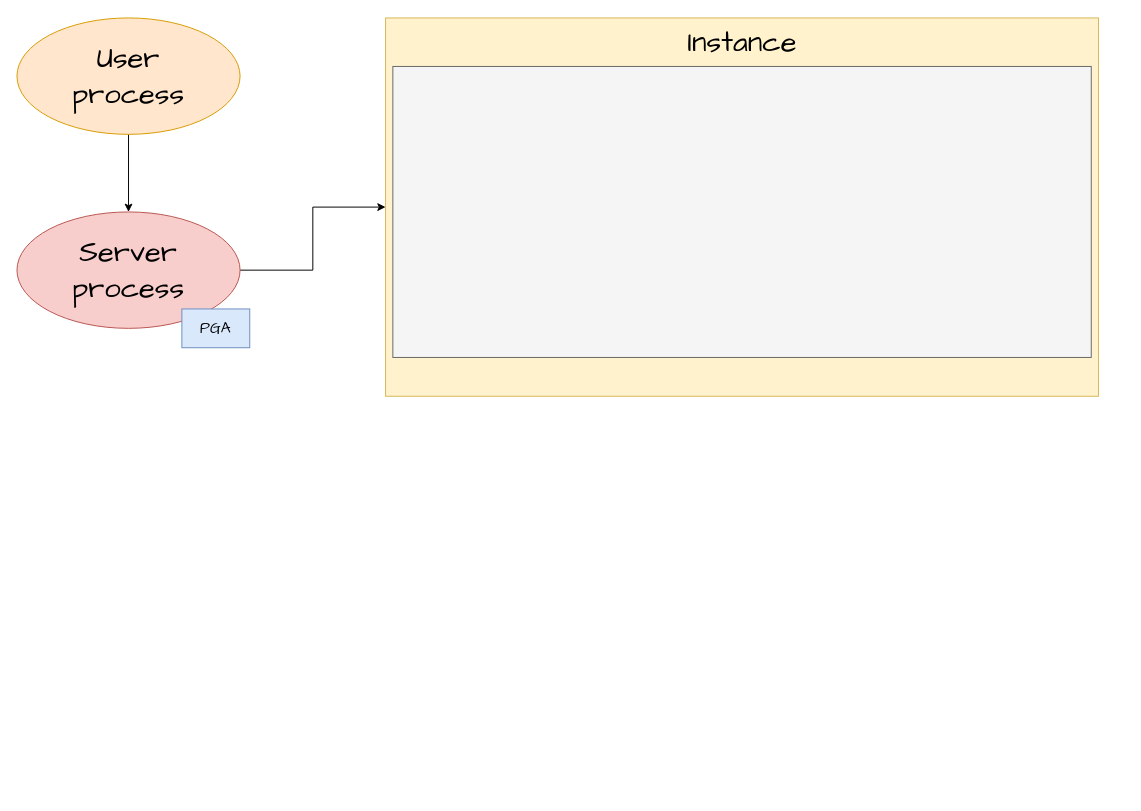
This is Oracle.drawio from Yaozongbin0828/UMLetDraw, a draw.io file, before an edit. Source tidied: cells renumbered, new cells numbered last; positions are measured from the earlier drawing's top-left corner, leaving out a move shared by most shapes. Both pictures are drawn from the tidied source at 97%, with x=0, y=0 at pixel (16, 17).
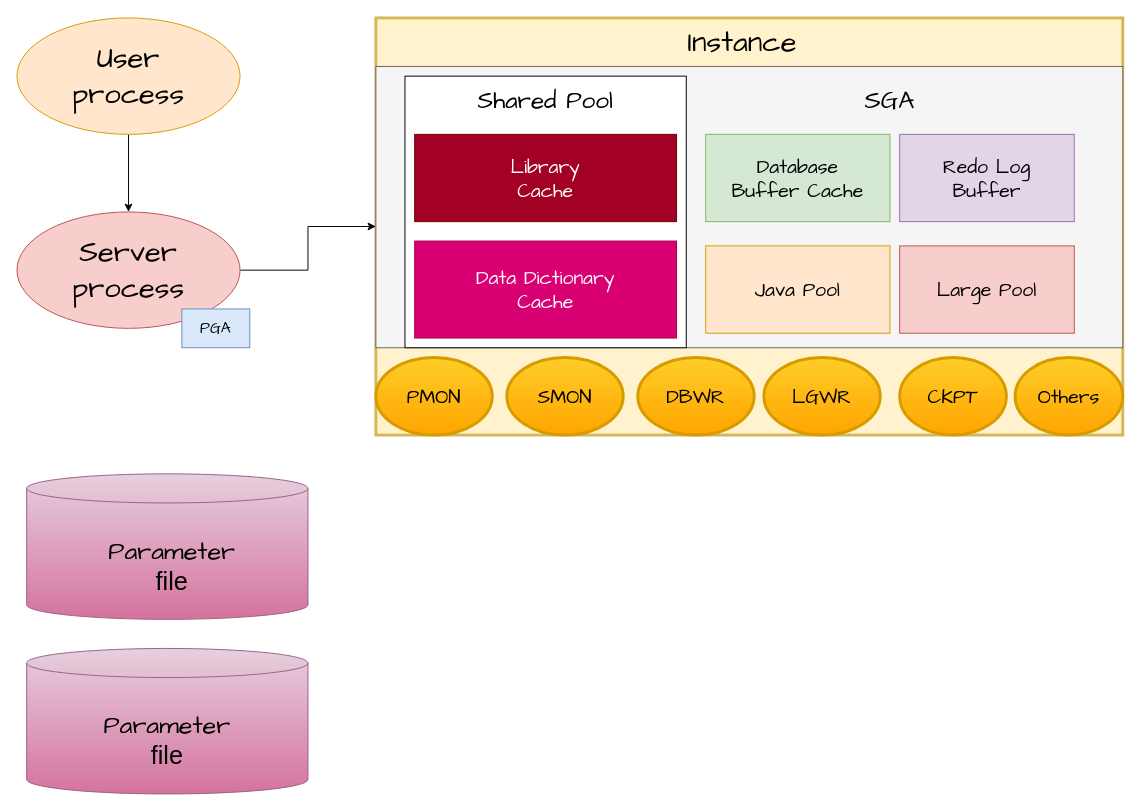
The same diagram, later.

What changed in the source:
```diff
@@
+    <mxCell id="7" style="whiteSpace=wrap;html=1;fillColor=#fff2cc;strokeColor=#d6b656;strokeWidth=3;" parent="1" vertex="1">
+      <mxGeometry x="370" width="770" height="430" as="geometry" />
+    </mxCell>
@@
-    <mxCell id="7" style="whiteSpace=wrap;html=1;fillColor=#fff2cc;strokeColor=#d6b656;" parent="1" vertex="1">
-      <mxGeometry x="380" width="735" height="390" as="geometry" />
-    </mxCell>
@@
     <mxCell id="9" style="rounded=0;whiteSpace=wrap;html=1;fillColor=#f5f5f5;strokeColor=#666666;fontColor=#333333;" parent="1" vertex="1">
-      <mxGeometry x="387.5" y="50" width="720" height="300" as="geometry" />
+      <mxGeometry x="370" y="50" width="770" height="290" as="geometry" />
     </mxCell>
+    <mxCell id="10" value="&lt;font style=&quot;font-size: 26px;&quot; face=&quot;Comic Sans MS&quot;&gt;SGA&lt;/font&gt;" style="text;html=1;align=center;verticalAlign=middle;whiteSpace=wrap;rounded=0;" parent="1" vertex="1">
+      <mxGeometry x="870" y="70" width="60" height="30" as="geometry" />
+    </mxCell>
+    <mxCell id="11" style="rounded=0;whiteSpace=wrap;html=1;" parent="1" vertex="1">
+      <mxGeometry x="400" y="60" width="290" height="280" as="geometry" />
+    </mxCell>
+    <mxCell id="12" value="&lt;font style=&quot;font-size: 25px;&quot; face=&quot;Comic Sans MS&quot;&gt;Shared Pool&lt;/font&gt;" style="text;html=1;align=center;verticalAlign=middle;whiteSpace=wrap;rounded=0;" parent="1" vertex="1">
+      <mxGeometry x="460" y="70" width="170" height="30" as="geometry" />
+    </mxCell>
+    <mxCell id="13" value="&lt;div style=&quot;font-size: 20px;&quot;&gt;&lt;font style=&quot;font-size: 20px;&quot; face=&quot;Comic Sans MS&quot;&gt;Library&lt;/font&gt;&lt;/div&gt;&lt;div style=&quot;font-size: 20px;&quot;&gt;&lt;font face=&quot;Comic Sans MS&quot; style=&quot;font-size: 20px;&quot;&gt;Cache&lt;/font&gt;&lt;/div&gt;" style="rounded=0;whiteSpace=wrap;html=1;fillColor=#a20025;strokeColor=#6F0000;fontColor=#ffffff;" parent="1" vertex="1">
+      <mxGeometry x="410" y="120" width="270" height="90" as="geometry" />
+    </mxCell>
+    <mxCell id="14" value="&lt;div style=&quot;font-size: 20px;&quot;&gt;&lt;font style=&quot;font-size: 20px;&quot; face=&quot;Comic Sans MS&quot;&gt;Data Dictionary&lt;/font&gt;&lt;/div&gt;&lt;div style=&quot;font-size: 20px;&quot;&gt;&lt;font style=&quot;font-size: 20px;&quot; face=&quot;Comic Sans MS&quot;&gt;Cache&lt;/font&gt;&lt;/div&gt;" style="rounded=0;whiteSpace=wrap;html=1;fillColor=#d80073;strokeColor=#A50040;fontColor=#ffffff;" parent="1" vertex="1">
+      <mxGeometry x="410" y="230" width="270" height="100" as="geometry" />
+    </mxCell>
+    <mxCell id="15" value="&lt;div style=&quot;font-size: 20px;&quot;&gt;&lt;font face=&quot;Comic Sans MS&quot; style=&quot;font-size: 20px;&quot;&gt;Database&lt;/font&gt;&lt;/div&gt;&lt;div style=&quot;font-size: 20px;&quot;&gt;&lt;font face=&quot;Comic Sans MS&quot; style=&quot;font-size: 20px;&quot;&gt;Buffer Cache&lt;/font&gt;&lt;/div&gt;" style="rounded=0;whiteSpace=wrap;html=1;fillColor=#d5e8d4;strokeColor=#82b366;" parent="1" vertex="1">
+      <mxGeometry x="710" y="120" width="190" height="90" as="geometry" />
+    </mxCell>
+    <mxCell id="16" value="&lt;div style=&quot;font-size: 20px;&quot;&gt;&lt;font face=&quot;Comic Sans MS&quot; style=&quot;font-size: 20px;&quot;&gt;Redo Log&lt;/font&gt;&lt;/div&gt;&lt;div style=&quot;font-size: 20px;&quot;&gt;&lt;font face=&quot;Comic Sans MS&quot; style=&quot;font-size: 20px;&quot;&gt;Buffer&lt;/font&gt;&lt;/div&gt;" style="rounded=0;whiteSpace=wrap;html=1;fillColor=#e1d5e7;strokeColor=#9673a6;" parent="1" vertex="1">
+      <mxGeometry x="910" y="120" width="180" height="90" as="geometry" />
+    </mxCell>
+    <mxCell id="17" value="&lt;font face=&quot;Comic Sans MS&quot; style=&quot;font-size: 20px;&quot;&gt;Java Pool&lt;/font&gt;" style="rounded=0;whiteSpace=wrap;html=1;fillColor=#ffe6cc;strokeColor=#d79b00;" parent="1" vertex="1">
+      <mxGeometry x="710" y="235" width="190" height="90" as="geometry" />
+    </mxCell>
+    <mxCell id="18" value="&lt;div&gt;&lt;font style=&quot;font-size: 20px;&quot; face=&quot;Comic Sans MS&quot;&gt;Large Pool&lt;/font&gt;&lt;/div&gt;" style="rounded=0;whiteSpace=wrap;html=1;fillColor=#f8cecc;strokeColor=#b85450;" parent="1" vertex="1">
+      <mxGeometry x="910" y="235" width="180" height="90" as="geometry" />
+    </mxCell>
+    <mxCell id="19" value="&lt;span style=&quot;font-size: 20px;&quot;&gt;&lt;font style=&quot;font-size: 20px;&quot;&gt;PMON&lt;/font&gt;&lt;/span&gt;" style="ellipse;whiteSpace=wrap;html=1;fontFamily=Comic Sans MS;fontSize=20;fillColor=#ffcd28;strokeColor=#d79b00;gradientColor=#ffa500;strokeWidth=3;" parent="1" vertex="1">
+      <mxGeometry x="370" y="350" width="120" height="80" as="geometry" />
+    </mxCell>
+    <mxCell id="20" value="&lt;span style=&quot;font-size: 20px;&quot;&gt;DBWR&lt;/span&gt;" style="ellipse;whiteSpace=wrap;html=1;fontFamily=Comic Sans MS;fontSize=20;fillColor=#ffcd28;strokeColor=#d79b00;gradientColor=#ffa500;strokeWidth=3;" parent="1" vertex="1">
+      <mxGeometry x="640" y="350" width="120" height="80" as="geometry" />
+    </mxCell>
+    <mxCell id="21" value="&lt;span style=&quot;font-size: 20px;&quot;&gt;SMON&lt;/span&gt;" style="ellipse;whiteSpace=wrap;html=1;fontFamily=Comic Sans MS;fontSize=20;fillColor=#ffcd28;strokeColor=#d79b00;gradientColor=#ffa500;strokeWidth=3;" parent="1" vertex="1">
+      <mxGeometry x="505" y="350" width="120" height="80" as="geometry" />
+    </mxCell>
+    <mxCell id="22" value="&lt;span style=&quot;font-size: 20px;&quot;&gt;LGWR&lt;/span&gt;" style="ellipse;whiteSpace=wrap;html=1;fontFamily=Comic Sans MS;fontSize=20;fillColor=#ffcd28;strokeColor=#d79b00;gradientColor=#ffa500;strokeWidth=3;" parent="1" vertex="1">
+      <mxGeometry x="770" y="350" width="120" height="80" as="geometry" />
+    </mxCell>
+    <mxCell id="23" value="&lt;span style=&quot;font-size: 20px;&quot;&gt;CKPT&lt;/span&gt;" style="ellipse;whiteSpace=wrap;html=1;fontFamily=Comic Sans MS;fontSize=20;fillColor=#ffcd28;strokeColor=#d79b00;gradientColor=#ffa500;strokeWidth=3;" parent="1" vertex="1">
+      <mxGeometry x="910" y="350" width="110" height="80" as="geometry" />
+    </mxCell>
+    <mxCell id="24" value="&lt;span style=&quot;font-size: 20px;&quot;&gt;Others&lt;/span&gt;" style="ellipse;whiteSpace=wrap;html=1;fontFamily=Comic Sans MS;fontSize=20;fillColor=#ffcd28;strokeColor=#d79b00;gradientColor=#ffa500;strokeWidth=3;" parent="1" vertex="1">
+      <mxGeometry x="1029" y="350" width="111" height="80" as="geometry" />
+    </mxCell>
+    <mxCell id="25" style="group;" parent="1" vertex="1">
+      <mxGeometry x="10" y="470" width="290" height="330" as="geometry" />
+    </mxCell>
+    <mxCell id="26" style="shape=cylinder3;whiteSpace=wrap;html=1;boundedLbl=1;backgroundOutline=1;size=15;fillColor=#e6d0de;gradientColor=#d5739d;strokeColor=#996185;" parent="25" vertex="1">
+      <mxGeometry width="290" height="150" as="geometry" />
+    </mxCell>
+    <mxCell id="27" style="shape=cylinder3;whiteSpace=wrap;html=1;boundedLbl=1;backgroundOutline=1;size=15;fillColor=#e6d0de;gradientColor=#d5739d;strokeColor=#996185;" parent="25" vertex="1">
+      <mxGeometry y="180" width="290" height="150" as="geometry" />
+    </mxCell>
+    <mxCell id="28" value="&lt;div style=&quot;font-size: 26px;&quot;&gt;&lt;div&gt;&lt;font face=&quot;Comic Sans MS&quot;&gt;Parameter&lt;/font&gt;&lt;/div&gt;&lt;div&gt;&lt;font face=&quot;e58GPjbrVzsow7umi75m&quot;&gt;file&lt;/font&gt;&lt;/div&gt;&lt;/div&gt;" style="text;html=1;align=center;verticalAlign=middle;whiteSpace=wrap;rounded=0;" parent="25" vertex="1">
+      <mxGeometry x="40" y="50" width="220" height="90" as="geometry" />
+    </mxCell>
+    <mxCell id="29" value="&lt;div style=&quot;font-size: 26px;&quot;&gt;&lt;div&gt;&lt;font face=&quot;Comic Sans MS&quot;&gt;Parameter&lt;/font&gt;&lt;/div&gt;&lt;div&gt;&lt;font face=&quot;e58GPjbrVzsow7umi75m&quot;&gt;file&lt;/font&gt;&lt;/div&gt;&lt;/div&gt;" style="text;html=1;align=center;verticalAlign=middle;whiteSpace=wrap;rounded=0;" parent="25" vertex="1">
+      <mxGeometry x="35" y="230" width="220" height="90" as="geometry" />
+    </mxCell>
```
